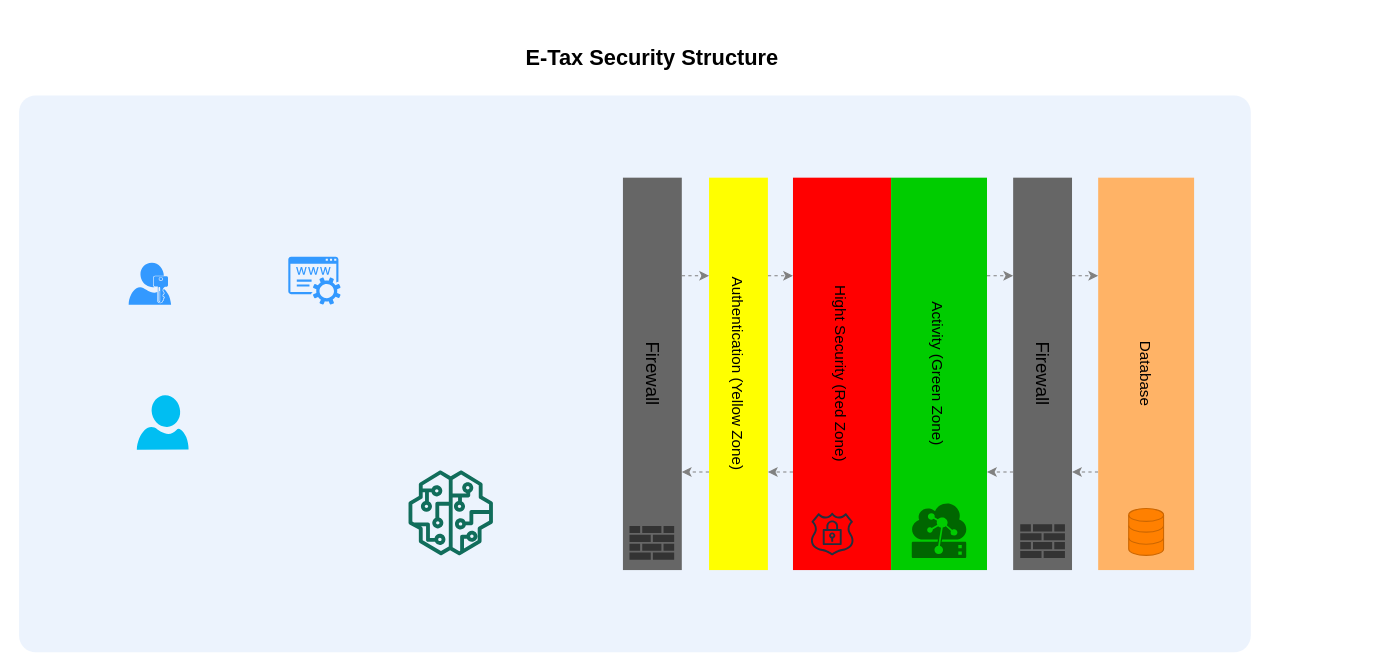
Before: eTax System Flow.drawio in nirawat/eTax, a draw.io diagram. Source tidied: cells renumbered, new cells numbered last; positions are measured from the earlier drawing's top-left corner, leaving out a move shared by most shapes. Both pictures are drawn from the tidied source at 109%, with x=0, y=0 at pixel (19, 19). Pictures stored in the file or linked from it are replaced by grey dashed boxes.
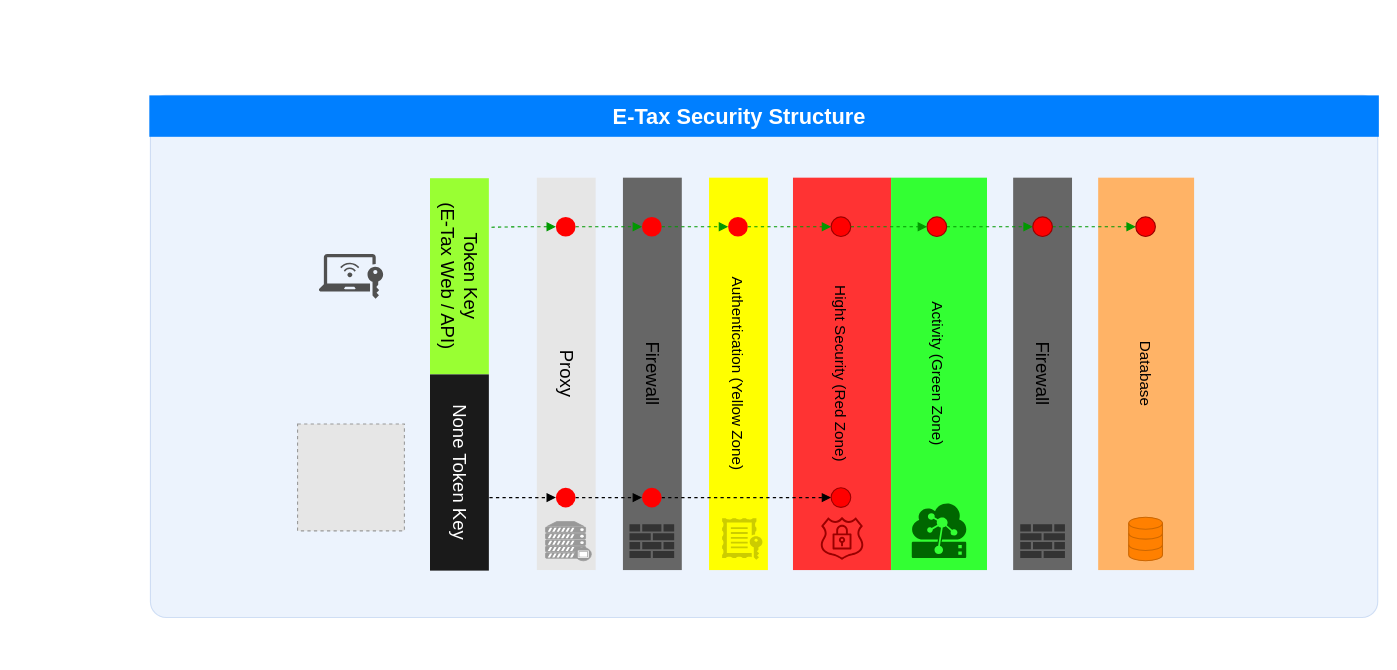
Above is the later version.

Unchanged cells that the change refers to:
```xml
<mxCell id="9" value="Database" style="whiteSpace=wrap;html=1;dashed=1;strokeColor=none;strokeWidth=2;fillColor=#FFB366;fontFamily=Helvetica;fontSize=14;fontColor=#000000;fontStyle=0;rotation=90;align=center;" parent="1" vertex="1">
  <mxGeometry x="854" y="281.5" width="360" height="88" as="geometry" />
</mxCell>
<mxCell id="12" value="Authentication (Yellow Zone)" style="whiteSpace=wrap;html=1;dashed=1;strokeColor=none;strokeWidth=2;fillColor=#FFFF00;fontFamily=Helvetica;fontSize=14;fontColor=#000000;fontStyle=0;rotation=90;align=center;" parent="1" vertex="1">
  <mxGeometry x="480" y="298.5" width="360" height="54" as="geometry" />
</mxCell>
<mxCell id="18" value="Firewall" style="whiteSpace=wrap;html=1;dashed=1;strokeColor=none;strokeWidth=2;fillColor=#666666;fontFamily=Helvetica;fontSize=17;fontColor=#000000;fontStyle=0;rotation=90;align=center;" parent="1" vertex="1">
  <mxGeometry x="759" y="298.5" width="360" height="54" as="geometry" />
</mxCell>
<mxCell id="20" value="Firewall" style="whiteSpace=wrap;html=1;dashed=1;strokeColor=none;strokeWidth=2;fillColor=#666666;fontFamily=Helvetica;fontSize=17;fontColor=#000000;fontStyle=0;rotation=90;align=center;" parent="1" vertex="1">
  <mxGeometry x="401" y="298.5" width="360" height="54" as="geometry" />
</mxCell>
```

Diff of the diagram source:
```diff
@@
+    <mxCell id="3" style="rounded=1;whiteSpace=wrap;html=1;strokeColor=#A9C4EB;strokeWidth=1;fillColor=#dae8fc;fontSize=12;align=center;arcSize=3;opacity=50;" parent="1" vertex="1">
+      <mxGeometry x="120.5" y="70" width="1126" height="479" as="geometry" />
+    </mxCell>
+    <mxCell id="27" style="rounded=0;whiteSpace=wrap;html=1;strokeColor=none;strokeWidth=1;fillColor=#007FFF;gradientColor=none;fontSize=17;fontColor=#FFFFFF;align=center;" parent="1" vertex="1">
+      <mxGeometry x="119.5" y="70" width="1128" height="38" as="geometry" />
+    </mxCell>
-    <mxCell id="2" value="E-Tax Security Structure" style="text;html=1;strokeColor=none;fillColor=none;align=center;verticalAlign=middle;whiteSpace=wrap;rounded=0;fontStyle=1;fontSize=20;" parent="1" vertex="1">
-      <mxGeometry x="450.5" width="260" height="70" as="geometry" />
+    <mxCell id="2" value="E-Tax Security Structure" style="text;html=1;strokeColor=none;fillColor=none;align=center;verticalAlign=middle;whiteSpace=wrap;rounded=0;fontStyle=1;fontSize=20;fontColor=#FFFFFF;" parent="1" vertex="1">
+      <mxGeometry x="530.5" y="70" width="260" height="38" as="geometry" />
     </mxCell>
-    <mxCell id="3" style="rounded=1;whiteSpace=wrap;html=1;strokeColor=none;strokeWidth=1;fillColor=#dae8fc;fontSize=12;align=center;arcSize=3;opacity=50;" parent="1" vertex="1">
-      <mxGeometry y="70" width="1130" height="511" as="geometry" />
-    </mxCell>
-    <mxCell id="4" style="edgeStyle=orthogonalEdgeStyle;rounded=0;jettySize=auto;html=1;exitX=0.75;exitY=1;exitDx=0;exitDy=0;entryX=0.75;entryY=0;entryDx=0;entryDy=0;dashed=1;strokeColor=#808080;fontSize=17;" parent="1" edge="1" source="5" target="12">
-      <mxGeometry relative="1" as="geometry" />
-    </mxCell>
-    <mxCell id="5" value="Hight Security (Red Zone)" style="whiteSpace=wrap;html=1;dashed=1;strokeColor=none;strokeWidth=2;fillColor=#FF0000;fontFamily=Helvetica;fontSize=14;fontColor=#000000;fontStyle=0;rotation=90;align=center;" parent="1" vertex="1">
+    <mxCell id="5" value="Hight Security (Red Zone)" style="whiteSpace=wrap;html=1;dashed=1;strokeColor=none;strokeWidth=2;fillColor=#FF3333;fontFamily=Helvetica;fontSize=14;fontColor=#000000;fontStyle=0;rotation=90;align=center;" parent="1" vertex="1">
       <mxGeometry x="575" y="280.5" width="360" height="90" as="geometry" />
     </mxCell>
-    <mxCell id="6" style="edgeStyle=orthogonalEdgeStyle;rounded=0;jettySize=auto;html=1;exitX=0.25;exitY=0;exitDx=0;exitDy=0;entryX=0.25;entryY=1;entryDx=0;entryDy=0;dashed=1;strokeColor=#808080;fontSize=17;" parent="1" edge="1" source="7" target="18">
-      <mxGeometry relative="1" as="geometry" />
-    </mxCell>
-    <mxCell id="7" value="Activity (Green Zone)" style="whiteSpace=wrap;html=1;dashed=1;strokeColor=none;strokeWidth=2;fillColor=#00CC00;fontFamily=Helvetica;fontSize=14;fontColor=#000000;fontStyle=0;rotation=90;align=center;" parent="1" vertex="1">
+    <mxCell id="7" value="Activity (Green Zone)" style="whiteSpace=wrap;html=1;dashed=1;strokeColor=none;strokeWidth=2;fillColor=#33FF33;fontFamily=Helvetica;fontSize=14;fontColor=#000000;fontStyle=0;rotation=90;align=center;" parent="1" vertex="1">
       <mxGeometry x="664" y="281.5" width="360" height="88" as="geometry" />
     </mxCell>
-    <mxCell id="8" style="edgeStyle=orthogonalEdgeStyle;rounded=0;jettySize=auto;html=1;exitX=0.75;exitY=1;exitDx=0;exitDy=0;entryX=0.75;entryY=0;entryDx=0;entryDy=0;dashed=1;strokeColor=#808080;fontSize=17;" parent="1" edge="1" source="9" target="18">
-      <mxGeometry relative="1" as="geometry" />
-    </mxCell>
@@
-    <mxCell id="10" style="edgeStyle=orthogonalEdgeStyle;rounded=0;jettySize=auto;html=1;exitX=0.25;exitY=0;exitDx=0;exitDy=0;entryX=0.25;entryY=1;entryDx=0;entryDy=0;dashed=1;strokeColor=#808080;fontSize=17;" parent="1" edge="1" source="12" target="5">
-      <mxGeometry relative="1" as="geometry" />
-    </mxCell>
-    <mxCell id="11" style="edgeStyle=orthogonalEdgeStyle;rounded=0;jettySize=auto;html=1;exitX=0.75;exitY=1;exitDx=0;exitDy=0;entryX=0.75;entryY=0;entryDx=0;entryDy=0;dashed=1;strokeColor=#808080;fontSize=17;" parent="1" edge="1" source="12" target="20">
-      <mxGeometry relative="1" as="geometry" />
-    </mxCell>
@@
-    <mxCell id="13" style="edgeStyle=orthogonalEdgeStyle;rounded=0;jettySize=auto;html=1;exitX=0.25;exitY=0;exitDx=0;exitDy=0;entryX=0.25;entryY=1;entryDx=0;entryDy=0;dashed=1;strokeColor=#808080;fontSize=17;" parent="1" edge="1" source="18" target="9">
-      <mxGeometry relative="1" as="geometry" />
-    </mxCell>
-    <mxCell id="14" style="edgeStyle=orthogonalEdgeStyle;rounded=0;jettySize=auto;html=1;exitX=0.75;exitY=1;exitDx=0;exitDy=0;entryX=0.75;entryY=0;entryDx=0;entryDy=0;dashed=1;strokeColor=#808080;fontSize=17;" parent="1" edge="1" source="18" target="7">
-      <mxGeometry relative="1" as="geometry" />
-    </mxCell>
-    <mxCell id="15" style="edgeStyle=orthogonalEdgeStyle;rounded=0;jettySize=auto;html=1;exitX=0.25;exitY=0;exitDx=0;exitDy=0;entryX=0.25;entryY=1;entryDx=0;entryDy=0;dashed=1;strokeColor=#808080;fontSize=17;" parent="1" edge="1" source="20" target="12">
-      <mxGeometry relative="1" as="geometry" />
-    </mxCell>
-    <mxCell id="16" style="fontColor=#232F3E;gradientColor=none;fillColor=#116D5B;strokeColor=none;dashed=0;verticalLabelPosition=bottom;verticalAlign=top;align=center;html=1;fontSize=12;fontStyle=0;shape=mxgraph.aws4.sagemaker_model;" parent="1" vertex="1">
-      <mxGeometry x="357" y="414" width="78" height="78" as="geometry" />
-    </mxCell>
@@
     <mxCell id="19" style="html=1;verticalLabelPosition=bottom;align=center;labelBackgroundColor=#ffffff;verticalAlign=top;strokeWidth=1;strokeColor=#CC6600;fillColor=#FF8000;shadow=0;dashed=0;shape=mxgraph.ios7.icons.data;fontSize=17;" parent="1" vertex="1">
-      <mxGeometry x="1018" y="449" width="32" height="43" as="geometry" />
+      <mxGeometry x="1018" y="457" width="31" height="40" as="geometry" />
     </mxCell>
@@
-    <mxCell id="21" style="fontColor=#232F3E;gradientColor=none;fillColor=#232F3E;strokeColor=none;dashed=0;verticalLabelPosition=bottom;verticalAlign=top;align=center;html=1;fontSize=12;fontStyle=0;shape=mxgraph.aws4.ssl_padlock;" parent="1" vertex="1">
-      <mxGeometry x="726" y="453" width="40" height="39" as="geometry" />
+    <mxCell id="21" style="fontColor=#232F3E;gradientColor=none;fillColor=#990000;strokeColor=none;dashed=0;verticalLabelPosition=bottom;verticalAlign=top;align=center;html=1;fontSize=12;fontStyle=0;shape=mxgraph.aws4.ssl_padlock;" parent="1" vertex="1">
+      <mxGeometry x="735" y="457" width="40" height="39" as="geometry" />
     </mxCell>
-    <mxCell id="22" style="shadow=0;dashed=0;html=1;strokeColor=none;labelPosition=center;verticalLabelPosition=bottom;verticalAlign=top;align=center;shape=mxgraph.mscae.enterprise.user_permissions;fillColor=#3399FF;fontSize=14;" parent="1" vertex="1">
-      <mxGeometry x="100.5" y="223.5" width="39" height="38.7" as="geometry" />
-    </mxCell>
-    <mxCell id="23" style="verticalLabelPosition=bottom;html=1;verticalAlign=top;align=center;strokeColor=none;fillColor=#00BEF2;shape=mxgraph.azure.user;fontSize=17;" parent="1" vertex="1">
-      <mxGeometry x="108" y="345" width="47.5" height="50" as="geometry" />
-    </mxCell>
-    <mxCell id="24" style="shadow=0;dashed=0;html=1;strokeColor=none;fillColor=#3399FF;labelPosition=center;verticalLabelPosition=bottom;verticalAlign=top;align=center;shape=mxgraph.office.services.registrar_service;" parent="1" vertex="1">
-      <mxGeometry x="247" y="218" width="48" height="44" as="geometry" />
-    </mxCell>
     <mxCell id="25" style="shadow=0;dashed=0;html=1;strokeColor=none;labelPosition=center;verticalLabelPosition=bottom;verticalAlign=top;align=center;shape=mxgraph.office.concepts.firewall;fillColor=#333333;fontSize=17;" parent="1" vertex="1">
-      <mxGeometry x="560" y="465" width="41" height="31" as="geometry" />
+      <mxGeometry x="560" y="463.5" width="41" height="31" as="geometry" />
     </mxCell>
@@
+    <mxCell id="28" style="shadow=0;dashed=0;html=1;strokeColor=none;fillColor=#CCCC00;labelPosition=center;verticalLabelPosition=bottom;verticalAlign=top;align=center;shape=mxgraph.office.concepts.license;fontSize=17;" parent="1" vertex="1">
+      <mxGeometry x="645" y="458" width="37" height="38" as="geometry" />
+    </mxCell>
+    <mxCell id="29" style="shadow=0;dashed=0;html=1;strokeColor=none;fillColor=#505050;labelPosition=center;verticalLabelPosition=bottom;verticalAlign=top;align=center;shape=mxgraph.office.concepts.remote_access;fontSize=17;" parent="1" vertex="1">
+      <mxGeometry x="275" y="215.5" width="59" height="41" as="geometry" />
+    </mxCell>
+    <mxCell id="30" value="Token Key&lt;br&gt;(E-Tax Web / API)&lt;br&gt;" style="whiteSpace=wrap;html=1;dashed=1;strokeColor=none;strokeWidth=2;fillColor=#99FF33;fontFamily=Helvetica;fontSize=17;fontColor=#000000;fontStyle=0;rotation=90;align=center;" parent="1" vertex="1">
+      <mxGeometry x="314" y="209" width="180" height="54" as="geometry" />
+    </mxCell>
+    <mxCell id="31" value="None Token Key" style="whiteSpace=wrap;html=1;dashed=1;strokeColor=none;strokeWidth=2;fillColor=#1A1A1A;fontFamily=Helvetica;fontSize=17;fontColor=#FFFFFF;fontStyle=0;rotation=90;align=center;" parent="1" vertex="1">
+      <mxGeometry x="314" y="389" width="180" height="54" as="geometry" />
+    </mxCell>
+    <mxCell id="32" value="Proxy" style="whiteSpace=wrap;html=1;dashed=1;strokeColor=none;strokeWidth=2;fillColor=#E6E6E6;fontFamily=Helvetica;fontSize=17;fontColor=#000000;fontStyle=0;rotation=90;align=center;" parent="1" vertex="1">
+      <mxGeometry x="322" y="298.5" width="360" height="54" as="geometry" />
+    </mxCell>
+    <mxCell id="33" style="fontColor=#0066CC;verticalAlign=top;verticalLabelPosition=bottom;labelPosition=center;align=center;html=1;fillColor=#999999;strokeColor=#999999;gradientColor=none;gradientDirection=north;strokeWidth=2;shape=mxgraph.networks.proxy_server;" parent="1" vertex="1">
+      <mxGeometry x="483" y="461" width="42" height="36" as="geometry" />
+    </mxCell>
+    <mxCell id="34" style="fillColor=#E6E6E6;strokeColor=#999999;dashed=1;html=1;verticalAlign=top;verticalLabelPosition=bottom;labelBackgroundColor=#ffffff;fontSize=17;fontColor=#FFFFFF;align=center;" parent="1" vertex="1">
+      <mxGeometry x="255.5" y="371.5" width="98" height="98" as="geometry" />
+    </mxCell>
+    <mxCell id="35" style="edgeStyle=orthogonalEdgeStyle;rounded=0;jettySize=auto;html=1;exitX=1;exitY=0.5;exitDx=0;exitDy=0;entryX=0;entryY=0.5;entryDx=0;entryDy=0;dashed=1;startArrow=none;startFill=0;endArrow=block;endFill=1;strokeColor=#000000;strokeWidth=1;fontSize=17;fontColor=#FFFFFF;" parent="1" edge="1" source="36" target="38">
+      <mxGeometry relative="1" as="geometry" />
+    </mxCell>
+    <mxCell id="36" style="ellipse;whiteSpace=wrap;html=1;strokeColor=none;strokeWidth=1;fillColor=#FF0000;gradientColor=none;fontSize=17;fontColor=#FFFFFF;align=center;" parent="1" vertex="1">
+      <mxGeometry x="492.5" y="430" width="18" height="18" as="geometry" />
+    </mxCell>
+    <mxCell id="37" style="edgeStyle=orthogonalEdgeStyle;rounded=0;jettySize=auto;html=1;exitX=1;exitY=0.5;exitDx=0;exitDy=0;entryX=0;entryY=0.5;entryDx=0;entryDy=0;dashed=1;startArrow=none;startFill=0;endArrow=block;endFill=1;strokeColor=#000000;strokeWidth=1;fontSize=17;fontColor=#FFFFFF;" parent="1" edge="1" source="38" target="53">
+      <mxGeometry relative="1" as="geometry" />
+    </mxCell>
+    <mxCell id="38" style="ellipse;whiteSpace=wrap;html=1;strokeColor=none;strokeWidth=1;fillColor=#FF0000;gradientColor=none;fontSize=17;fontColor=#FFFFFF;align=center;" parent="1" vertex="1">
+      <mxGeometry x="571.5" y="430" width="18" height="18" as="geometry" />
+    </mxCell>
+    <mxCell id="39" style="edgeStyle=orthogonalEdgeStyle;rounded=0;jettySize=auto;html=1;exitX=0;exitY=0.5;exitDx=0;exitDy=0;entryX=0.25;entryY=0;entryDx=0;entryDy=0;dashed=1;startArrow=block;startFill=1;endArrow=none;endFill=0;strokeColor=#009900;strokeWidth=1;fontSize=17;fontColor=#FFFFFF;" parent="1" edge="1" source="41" target="30">
+      <mxGeometry relative="1" as="geometry" />
+    </mxCell>
+    <mxCell id="40" style="edgeStyle=orthogonalEdgeStyle;rounded=0;jettySize=auto;html=1;exitX=1;exitY=0.5;exitDx=0;exitDy=0;entryX=0;entryY=0.5;entryDx=0;entryDy=0;dashed=1;startArrow=none;startFill=0;endArrow=block;endFill=1;strokeColor=#009900;strokeWidth=1;fontSize=17;fontColor=#FFFFFF;" parent="1" edge="1" source="41" target="43">
+      <mxGeometry relative="1" as="geometry" />
+    </mxCell>
+    <mxCell id="41" style="ellipse;whiteSpace=wrap;html=1;strokeColor=none;strokeWidth=1;fillColor=#FF0000;gradientColor=none;fontSize=17;fontColor=#FFFFFF;align=center;" parent="1" vertex="1">
+      <mxGeometry x="492.5" y="181.5" width="18" height="18" as="geometry" />
+    </mxCell>
+    <mxCell id="42" style="edgeStyle=orthogonalEdgeStyle;rounded=0;jettySize=auto;html=1;exitX=1;exitY=0.5;exitDx=0;exitDy=0;entryX=0;entryY=0.5;entryDx=0;entryDy=0;dashed=1;startArrow=none;startFill=0;endArrow=block;endFill=1;strokeColor=#009900;strokeWidth=1;fontSize=17;fontColor=#FFFFFF;" parent="1" edge="1" source="43" target="45">
+      <mxGeometry relative="1" as="geometry" />
+    </mxCell>
+    <mxCell id="43" style="ellipse;whiteSpace=wrap;html=1;strokeColor=none;strokeWidth=1;fillColor=#FF0000;gradientColor=none;fontSize=17;fontColor=#FFFFFF;align=center;" parent="1" vertex="1">
+      <mxGeometry x="571.5" y="181.5" width="18" height="18" as="geometry" />
+    </mxCell>
+    <mxCell id="44" style="edgeStyle=orthogonalEdgeStyle;rounded=0;jettySize=auto;html=1;exitX=1;exitY=0.5;exitDx=0;exitDy=0;entryX=0;entryY=0.5;entryDx=0;entryDy=0;dashed=1;startArrow=none;startFill=0;endArrow=block;endFill=1;strokeColor=#009900;strokeWidth=1;fontSize=17;fontColor=#FFFFFF;" parent="1" edge="1" source="45" target="47">
+      <mxGeometry relative="1" as="geometry" />
+    </mxCell>
+    <mxCell id="45" style="ellipse;whiteSpace=wrap;html=1;strokeColor=none;strokeWidth=1;fillColor=#FF0000;gradientColor=none;fontSize=17;fontColor=#FFFFFF;align=center;" parent="1" vertex="1">
+      <mxGeometry x="650.5" y="181.5" width="18" height="18" as="geometry" />
+    </mxCell>
+    <mxCell id="46" style="edgeStyle=orthogonalEdgeStyle;rounded=0;jettySize=auto;html=1;exitX=1;exitY=0.5;exitDx=0;exitDy=0;entryX=0;entryY=0.5;entryDx=0;entryDy=0;dashed=1;startArrow=none;startFill=0;endArrow=block;endFill=1;strokeColor=#009900;strokeWidth=1;fontSize=17;fontColor=#FFFFFF;" parent="1" edge="1" source="47" target="49">
+      <mxGeometry relative="1" as="geometry" />
+    </mxCell>
+    <mxCell id="47" style="ellipse;whiteSpace=wrap;html=1;strokeColor=#990000;strokeWidth=1;fillColor=#FF0000;gradientColor=none;fontSize=17;fontColor=#FFFFFF;align=center;" parent="1" vertex="1">
+      <mxGeometry x="745" y="181.5" width="18" height="18" as="geometry" />
+    </mxCell>
+    <mxCell id="48" style="edgeStyle=orthogonalEdgeStyle;rounded=0;jettySize=auto;html=1;exitX=1;exitY=0.5;exitDx=0;exitDy=0;entryX=0;entryY=0.5;entryDx=0;entryDy=0;dashed=1;startArrow=none;startFill=0;endArrow=block;endFill=1;strokeColor=#009900;strokeWidth=1;fontSize=17;fontColor=#FFFFFF;" parent="1" edge="1" source="49" target="51">
+      <mxGeometry relative="1" as="geometry" />
+    </mxCell>
+    <mxCell id="49" style="ellipse;whiteSpace=wrap;html=1;strokeColor=#990000;strokeWidth=1;fillColor=#FF0000;gradientColor=none;fontSize=17;fontColor=#FFFFFF;align=center;" parent="1" vertex="1">
+      <mxGeometry x="833" y="181.5" width="18" height="18" as="geometry" />
+    </mxCell>
+    <mxCell id="50" style="edgeStyle=orthogonalEdgeStyle;rounded=0;jettySize=auto;html=1;exitX=1;exitY=0.5;exitDx=0;exitDy=0;entryX=0;entryY=0.5;entryDx=0;entryDy=0;dashed=1;startArrow=none;startFill=0;endArrow=block;endFill=1;strokeColor=#009900;strokeWidth=1;fontSize=17;fontColor=#FFFFFF;" parent="1" edge="1" source="51" target="52">
+      <mxGeometry relative="1" as="geometry" />
+    </mxCell>
+    <mxCell id="51" style="ellipse;whiteSpace=wrap;html=1;strokeColor=#990000;strokeWidth=1;fillColor=#FF0000;gradientColor=none;fontSize=17;fontColor=#FFFFFF;align=center;" parent="1" vertex="1">
+      <mxGeometry x="930" y="181.5" width="18" height="18" as="geometry" />
+    </mxCell>
+    <mxCell id="52" style="ellipse;whiteSpace=wrap;html=1;strokeColor=#990000;strokeWidth=1;fillColor=#FF0000;gradientColor=none;fontSize=17;fontColor=#FFFFFF;align=center;" parent="1" vertex="1">
+      <mxGeometry x="1024.5" y="181.5" width="18" height="18" as="geometry" />
+    </mxCell>
+    <mxCell id="53" style="ellipse;whiteSpace=wrap;html=1;strokeColor=#990000;strokeWidth=1;fillColor=#FF0000;gradientColor=none;fontSize=17;fontColor=#FFFFFF;align=center;" parent="1" vertex="1">
+      <mxGeometry x="745" y="430" width="18" height="18" as="geometry" />
+    </mxCell>
+    <mxCell id="54" style="edgeStyle=orthogonalEdgeStyle;rounded=0;orthogonalLoop=1;jettySize=auto;html=1;exitX=1;exitY=0.5;exitDx=0;exitDy=0;entryX=0;entryY=0.5;entryDx=0;entryDy=0;dashed=1;startArrow=none;startFill=0;endArrow=block;endFill=1;strokeColor=#000000;strokeWidth=1;fontSize=17;fontColor=#FFFFFF;" parent="1" edge="1">
+      <mxGeometry relative="1" as="geometry">
+        <mxPoint x="431.5" y="439" as="sourcePoint" />
+        <mxPoint x="492.5" y="439" as="targetPoint" />
+      </mxGeometry>
+    </mxCell>
```
